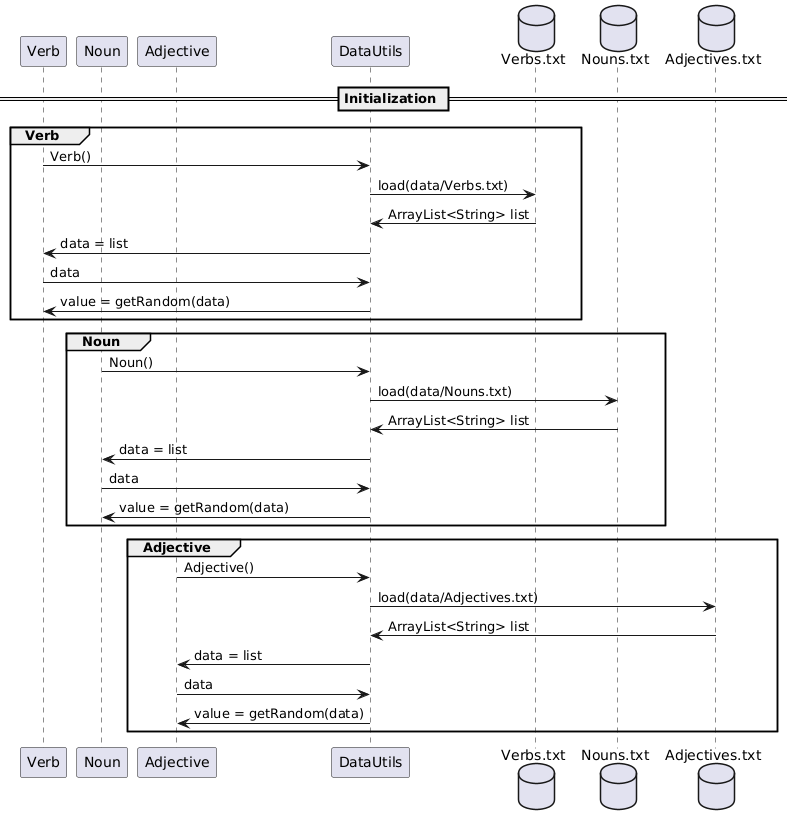
The PlantUML diagram docs/Sequence diagrams/Diagrams/SyntagmInitialization.png in 63616E617A7A61/NonSenseGenerator, before a commit. Source of this version:
```plantuml
@startuml
participant "Verb" as v
participant "Noun" as n
participant "Adjective" as a

participant "DataUtils" as du

database Verbs.txt as vt
database Nouns.txt as nt
database Adjectives.txt as at

== Initialization ==

group Verb
v -> du : Verb()
du -> vt : load(data/Verbs.txt)
vt -> du : ArrayList<String> list
du -> v : data = list
v -> du : data
du -> v : value = getRandom(data)
end

group Noun
n -> du : Noun()
du -> nt : load(data/Nouns.txt)
nt -> du : ArrayList<String> list
du -> n : data = list
n -> du : data
du -> n : value = getRandom(data)
end

group Adjective
a -> du : Adjective()
du -> at : load(data/Adjectives.txt)
at -> du : ArrayList<String> list
du -> a : data = list
a -> du : data
du -> a : value = getRandom(data)
end
@enduml
```
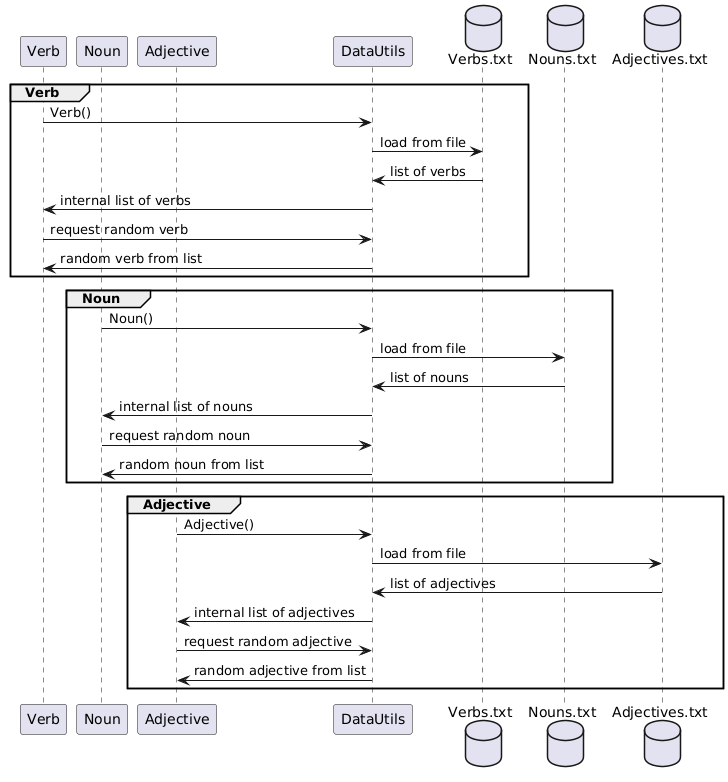
After the commit.

Diff of the diagram source:
```diff
@@ -9,32 +9,30 @@
 database Nouns.txt as nt
 database Adjectives.txt as at
 
-== Initialization ==
-
 group Verb
 v -> du : Verb()
-du -> vt : load(data/Verbs.txt)
-vt -> du : ArrayList<String> list
-du -> v : data = list
-v -> du : data
-du -> v : value = getRandom(data)
+du -> vt : load from file
+vt -> du : list of verbs
+du -> v : internal list of verbs
+v -> du : request random verb
+du -> v : random verb from list
 end
 
 group Noun
 n -> du : Noun()
-du -> nt : load(data/Nouns.txt)
-nt -> du : ArrayList<String> list
-du -> n : data = list
-n -> du : data
-du -> n : value = getRandom(data)
+du -> nt : load from file
+nt -> du : list of nouns
+du -> n : internal list of nouns
+n -> du : request random noun
+du -> n : random noun from list
 end
 
 group Adjective
 a -> du : Adjective()
-du -> at : load(data/Adjectives.txt)
-at -> du : ArrayList<String> list
-du -> a : data = list
-a -> du : data
-du -> a : value = getRandom(data)
+du -> at : load from file
+at -> du : list of adjectives
+du -> a : internal list of adjectives
+a -> du : request random adjective
+du -> a : random adjective from list
 end
 @enduml
```
